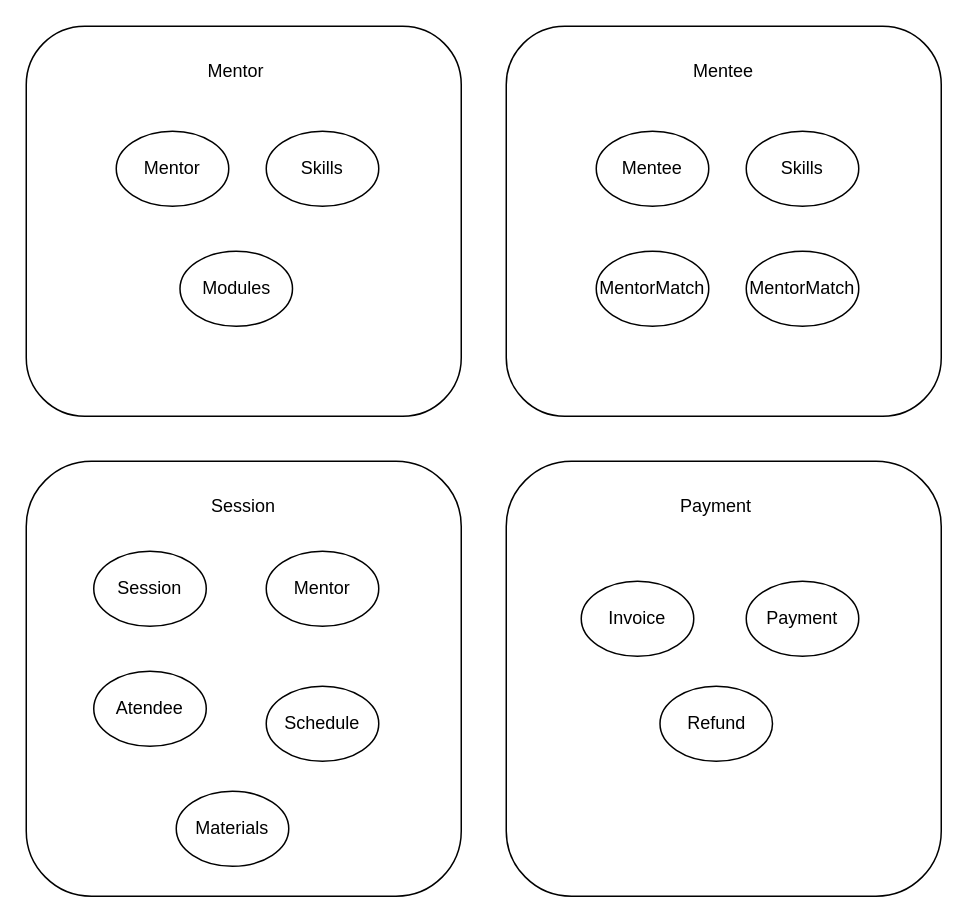
marilag/talks keeps this draw.io diagram as page "Domain Model" (1 of 6) of cloudskwela2021/drawings.drawio. Above is the earlier version. Source tidied: cells renumbered, new cells numbered last; positions are measured from the earlier drawing's top-left corner, leaving out a move shared by most shapes. Both pictures are drawn from the tidied source at 150%, with x=0, y=0 at pixel (26, 26).
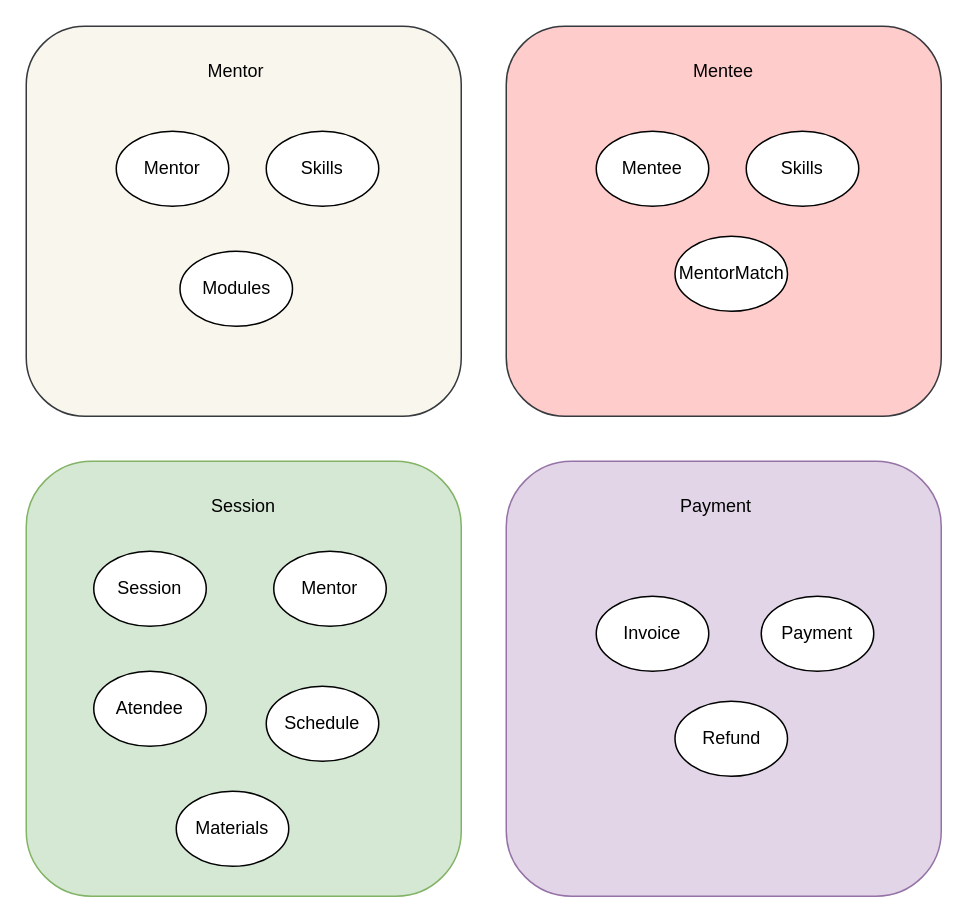
Above is the later version.

What changed in the source:
```diff
@@
-    <mxCell id="2" style="rounded=1;whiteSpace=wrap;html=1;" parent="1" vertex="1">
+    <mxCell id="2" style="rounded=1;whiteSpace=wrap;html=1;fillColor=#d5e8d4;strokeColor=#82b366;" parent="1" vertex="1">
       <mxGeometry y="290" width="290" height="290" as="geometry" />
     </mxCell>
-    <mxCell id="3" style="rounded=1;whiteSpace=wrap;html=1;" parent="1" vertex="1">
+    <mxCell id="3" style="rounded=1;whiteSpace=wrap;html=1;fillColor=#ffcccc;strokeColor=#36393d;" parent="1" vertex="1">
       <mxGeometry x="320" width="290" height="260" as="geometry" />
     </mxCell>
-    <mxCell id="4" style="rounded=1;whiteSpace=wrap;html=1;" parent="1" vertex="1">
+    <mxCell id="4" style="rounded=1;whiteSpace=wrap;html=1;fillColor=#f9f7ed;strokeColor=#36393d;" parent="1" vertex="1">
       <mxGeometry width="290" height="260" as="geometry" />
     </mxCell>
@@
     <mxCell id="12" value="MentorMatch" style="ellipse;whiteSpace=wrap;html=1;" parent="1" vertex="1">
-      <mxGeometry x="380" y="150" width="75" height="50" as="geometry" />
+      <mxGeometry x="432.5" y="140" width="75" height="50" as="geometry" />
     </mxCell>
-    <mxCell id="13" value="MentorMatch" style="ellipse;whiteSpace=wrap;html=1;" parent="1" vertex="1">
-      <mxGeometry x="480" y="150" width="75" height="50" as="geometry" />
-    </mxCell>
@@
     <mxCell id="16" value="Mentor" style="ellipse;whiteSpace=wrap;html=1;" parent="1" vertex="1">
-      <mxGeometry x="160" y="350" width="75" height="50" as="geometry" />
+      <mxGeometry x="165" y="350" width="75" height="50" as="geometry" />
     </mxCell>
@@
-    <mxCell id="20" style="rounded=1;whiteSpace=wrap;html=1;" parent="1" vertex="1">
+    <mxCell id="20" style="rounded=1;whiteSpace=wrap;html=1;fillColor=#e1d5e7;strokeColor=#9673a6;" parent="1" vertex="1">
       <mxGeometry x="320" y="290" width="290" height="290" as="geometry" />
     </mxCell>
@@
     <mxCell id="22" value="Invoice" style="ellipse;whiteSpace=wrap;html=1;" parent="1" vertex="1">
-      <mxGeometry x="370" y="370" width="75" height="50" as="geometry" />
+      <mxGeometry x="380" y="380" width="75" height="50" as="geometry" />
     </mxCell>
     <mxCell id="23" value="Payment" style="ellipse;whiteSpace=wrap;html=1;" parent="1" vertex="1">
-      <mxGeometry x="480" y="370" width="75" height="50" as="geometry" />
+      <mxGeometry x="490" y="380" width="75" height="50" as="geometry" />
     </mxCell>
     <mxCell id="24" value="Refund" style="ellipse;whiteSpace=wrap;html=1;" parent="1" vertex="1">
-      <mxGeometry x="422.5" y="440" width="75" height="50" as="geometry" />
+      <mxGeometry x="432.5" y="450" width="75" height="50" as="geometry" />
     </mxCell>
```
